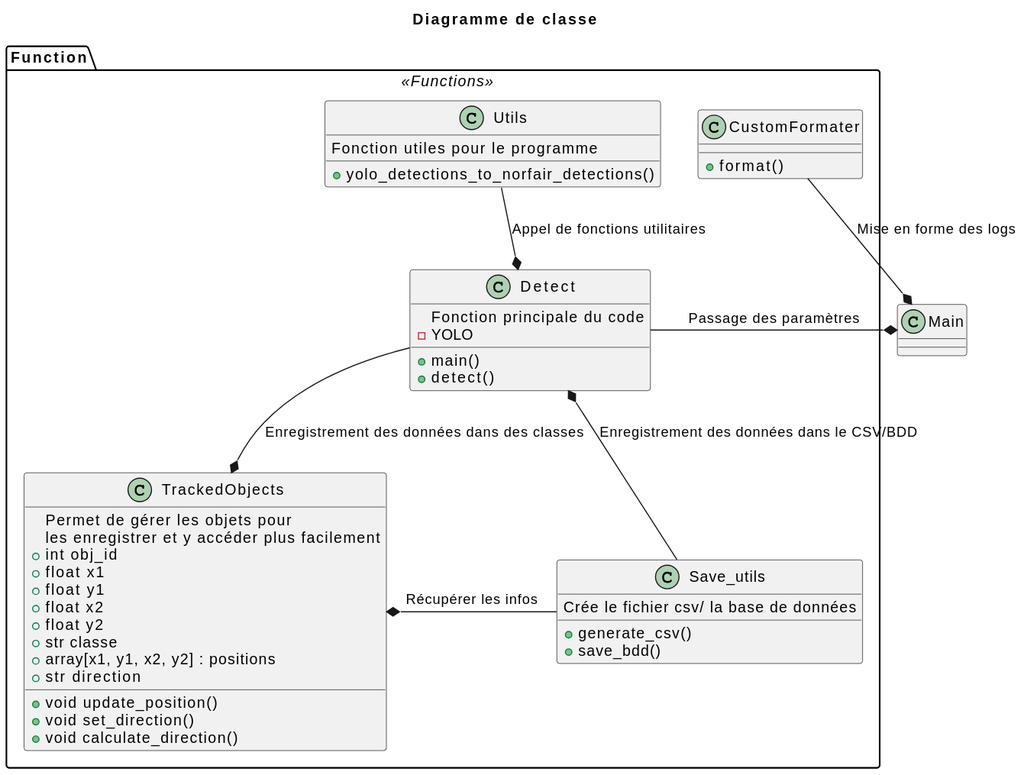
Earlier version of the PlantUML export docs/classDiagram.svg (Drosscend/MiniBox).
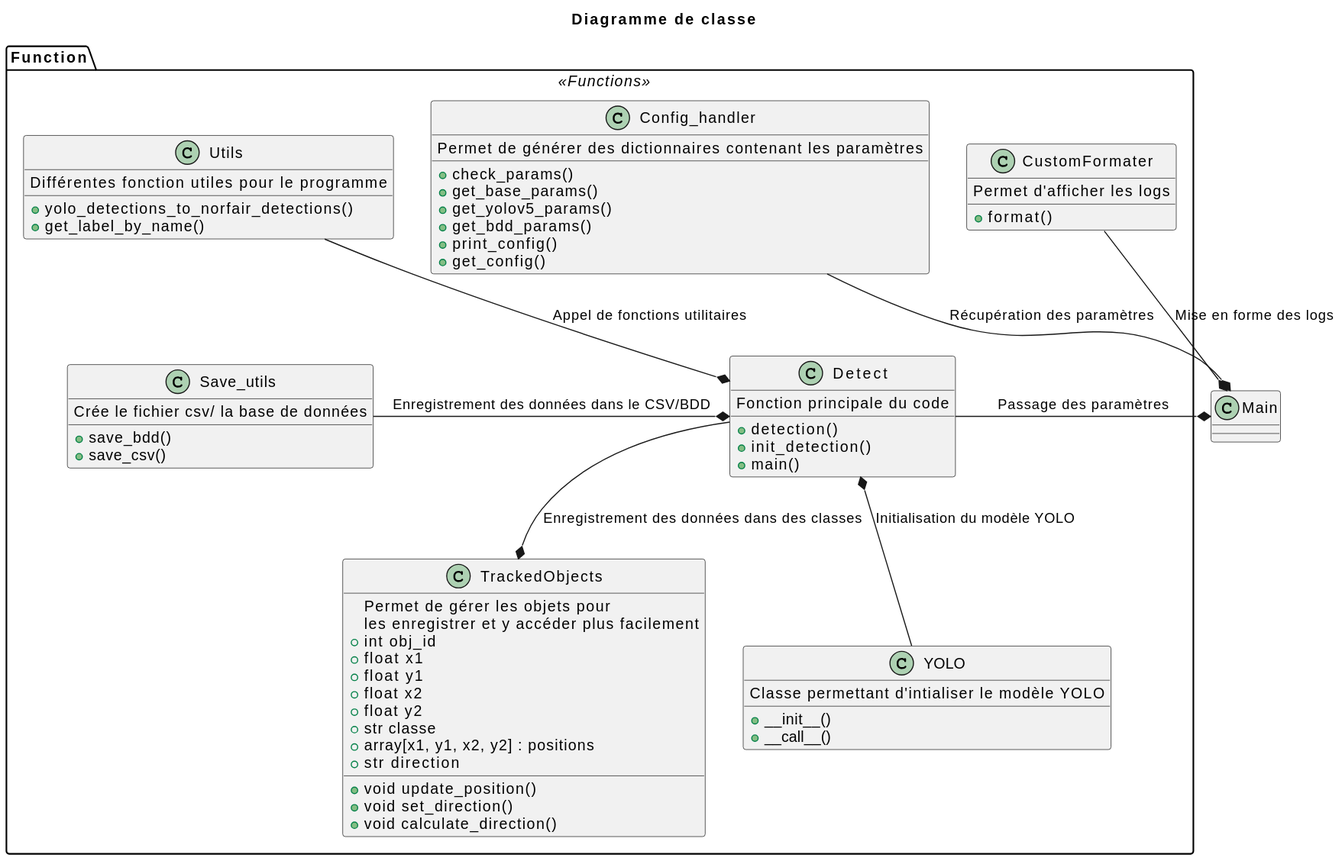
After the commit.

Commit message:
feat(doc) : Mise à jour de la documentation

What changed in the source:
```diff
@@ -6,11 +6,32 @@
 
 package Function <<Functions>> {
 
+  class Config_handler {
+    Permet de générer des dictionnaires contenant les paramètres
+    +check_params()
+    +get_base_params()
+    +get_yolov5_params()
+    +get_bdd_params()
+    +print_config()
+    +get_config()
+  }
+
+  class CustomFormater {
+    Permet d'afficher les logs
+    +format()
+  }
+
   class Detect {
     Fonction principale du code
-    - YOLO
+    +detection()
+    +init_detection()
     +main()
-    +detect()
+  }
+
+  class Save_utils {
+    Crée le fichier csv/ la base de données
+    +save_bdd()
+    +save_csv()
   }
 
   class TrackedObjects {
@@ -29,31 +50,27 @@
     +void calculate_direction()
   }
 
-  class Save_utils {
-    Crée le fichier csv/ la base de données
-    +generate_csv()
-    +save_bdd()
+  class Utils {
+    Différentes fonction utiles pour le programme
+    +yolo_detections_to_norfair_detections()
+    +get_label_by_name()
   }
 
-  class Utils {
-    Fonction utiles pour le programme
-    +yolo_detections_to_norfair_detections()
-  }
-
-
-  class CustomFormater {
-    +format()
+  class YOLO {
+    Classe permettant d'intialiser le modèle YOLO
+    +__init__()
+    +__call__()
   }
 
 }
 
 Main *-left- Detect: Passage des paramètres
-Main *-right- CustomFormater: Mise en forme des logs
+Main *-up- CustomFormater: Mise en forme des logs
+Main *-up- Config_handler: Récupération des paramètres
 
 TrackedObjects *-up- Detect: Enregistrement des données dans des classes
 
 Detect *-up- Utils: Appel de fonctions utilitaires
-Detect *-down- Save_utils: Enregistrement des données dans le CSV/BDD
-
-TrackedObjects *-right- Save_utils: Récupérer les infos
+Detect *-left- Save_utils: Enregistrement des données dans le CSV/BDD
+Detect *-down- YOLO: Initialisation du modèle YOLO
 @enduml
```
